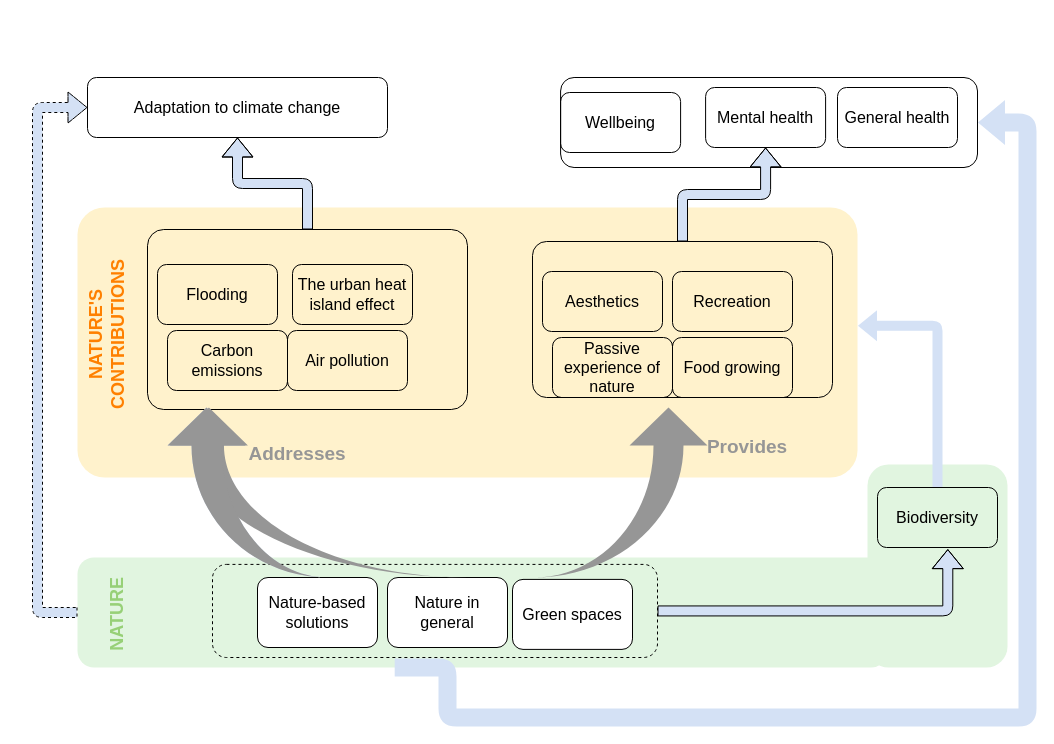
Above: PercRoleNature.drawio in nadasaidi/automatic-funicular (draw.io), before the change. Source tidied: cells renumbered, new cells numbered last; positions are measured from the earlier drawing's top-left corner, leaving out a move shared by most shapes. Both pictures are drawn from the tidied source at 100%, with x=0, y=0 at pixel (37, 77).
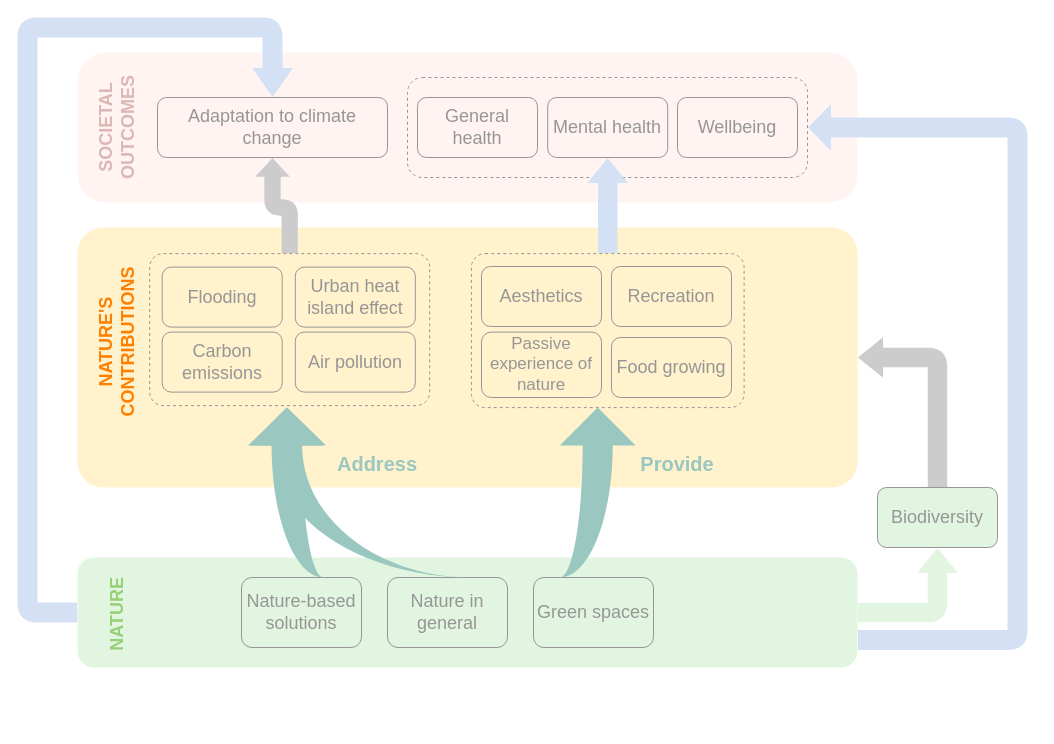
Above is the later version.

The edit, as a diff of the source:
```diff
@@
+    <mxCell id="39" style="rounded=1;whiteSpace=wrap;html=1;fontFamily=CMU Sans Serif;fontSize=18;strokeColor=none;arcSize=19;fillColor=#FFF4F2;" parent="1" vertex="1">
+      <mxGeometry x="40" y="-25" width="780" height="150" as="geometry" />
+    </mxCell>
     <mxCell id="2" style="rounded=1;whiteSpace=wrap;html=1;fontFamily=CMU Sans Serif;FType=g;fontSize=16;strokeColor=none;fillColor=#E1F5E0;" parent="1" vertex="1">
-      <mxGeometry x="40" y="480" width="810" height="110" as="geometry" />
+      <mxGeometry x="40" y="480" width="780" height="110" as="geometry" />
     </mxCell>
-    <mxCell id="3" style="rounded=1;whiteSpace=wrap;html=1;fontFamily=CMU Sans Serif;fontSize=18;fillColor=none;" parent="1" vertex="1">
-      <mxGeometry x="523.1" width="416.9" height="90" as="geometry" />
+    <mxCell id="3" style="rounded=1;whiteSpace=wrap;html=1;fontFamily=CMU Sans Serif;fontSize=18;fillColor=none;strokeColor=#969696;fontColor=#969696;dashed=1;" parent="1" vertex="1">
+      <mxGeometry x="370" width="400" height="100" as="geometry" />
     </mxCell>
-    <mxCell id="4" style="rounded=1;whiteSpace=wrap;html=1;fontFamily=CMU Sans Serif;FType=g;fontSize=16;strokeColor=none;fillColor=#E1F5E0;gradientDirection=north;" parent="1" vertex="1">
-      <mxGeometry x="830" y="387" width="140" height="203" as="geometry" />
-    </mxCell>
     <mxCell id="5" style="rounded=1;whiteSpace=wrap;html=1;fontFamily=CMU Sans Serif;fontSize=18;strokeColor=none;fillColor=#FFF2CC;arcSize=10;" parent="1" vertex="1">
-      <mxGeometry x="40" y="130" width="780" height="270" as="geometry" />
+      <mxGeometry x="40" y="150" width="780" height="260" as="geometry" />
     </mxCell>
-    <mxCell id="6" style="edgeStyle=orthogonalEdgeStyle;shape=flexArrow;rounded=1;jettySize=auto;html=1;exitX=0;exitY=0.5;exitDx=0;exitDy=0;entryX=0;entryY=0.5;entryDx=0;entryDy=0;shadow=0;dashed=1;fillColor=#D4E1F5;fontFamily=CMU Sans Serif;fontSize=19;fontColor=#97D077;" parent="1" edge="1" source="2" target="25">
-      <mxGeometry relative="1" as="geometry">
-        <Array as="points">
-          <mxPoint y="535" />
-          <mxPoint y="30" />
-        </Array>
-      </mxGeometry>
-    </mxCell>
-    <mxCell id="7" style="rounded=1;whiteSpace=wrap;html=1;fillColor=none;fontFamily=CMU Sans Serif;fontSize=18;arcSize=9;" parent="1" vertex="1">
-      <mxGeometry x="495" y="164" width="300" height="156" as="geometry" />
+    <mxCell id="7" style="rounded=1;whiteSpace=wrap;html=1;fillColor=none;fontFamily=CMU Sans Serif;fontSize=18;arcSize=9;strokeColor=#969696;dashed=1;" parent="1" vertex="1">
+      <mxGeometry x="433.9" y="176.1" width="272.7" height="154" as="geometry" />
     </mxCell>
-    <mxCell id="8" style="edgeStyle=orthogonalEdgeStyle;shape=flexArrow;rounded=1;jettySize=auto;html=1;exitX=0.5;exitY=0;exitDx=0;exitDy=0;shadow=0;fillColor=#D4E1F5;fontFamily=CMU Sans Serif;fontSize=18;" parent="1" edge="1" source="9" target="25">
-      <mxGeometry relative="1" as="geometry" />
+    <mxCell id="8" style="edgeStyle=orthogonalEdgeStyle;shape=flexArrow;rounded=1;jettySize=auto;html=1;exitX=0.5;exitY=0;exitDx=0;exitDy=0;shadow=0;dashed=1;fillColor=#CCCCCC;fontFamily=CMU Sans Serif;fontSize=18;fontColor=#969696;strokeColor=none;width=16.27906976744186;endSize=5.91764705882353;endWidth=17.318741450068398;entryX=0.5;entryY=1;entryDx=0;entryDy=0;" parent="1" edge="1" source="9" target="25">
+      <mxGeometry relative="1" as="geometry">
+        <Array as="points">
+          <mxPoint x="252" y="130" />
+          <mxPoint x="235" y="130" />
+        </Array>
+      </mxGeometry>
     </mxCell>
-    <mxCell id="9" style="rounded=1;whiteSpace=wrap;html=1;fillColor=none;fontFamily=CMU Sans Serif;fontSize=18;arcSize=9;" parent="1" vertex="1">
-      <mxGeometry x="110" y="152" width="320" height="180" as="geometry" />
+    <mxCell id="9" style="rounded=1;whiteSpace=wrap;html=1;fillColor=none;fontFamily=CMU Sans Serif;fontSize=18;arcSize=9;strokeColor=#969696;dashed=1;" parent="1" vertex="1">
+      <mxGeometry x="112.2" y="176.1" width="280" height="152" as="geometry" />
     </mxCell>
-    <mxCell id="10" value="Nature in general" style="rounded=1;whiteSpace=wrap;html=1;fontFamily=CMU Sans Serif;FType=g;fontSize=16;" parent="1" vertex="1">
+    <mxCell id="10" value="Nature in general" style="rounded=1;whiteSpace=wrap;html=1;fontFamily=CMU Sans Serif;FType=g;fontSize=18;fillColor=none;fontColor=#969696;strokeColor=#969696;" parent="1" vertex="1">
       <mxGeometry x="350" y="500" width="120" height="70" as="geometry" />
     </mxCell>
-    <mxCell id="11" value="Green spaces" style="rounded=1;whiteSpace=wrap;html=1;fontFamily=CMU Sans Serif;FType=g;fontSize=16;" parent="1" vertex="1">
-      <mxGeometry x="475" y="501.9" width="120" height="70" as="geometry" />
+    <mxCell id="11" value="Green spaces" style="rounded=1;whiteSpace=wrap;html=1;fontFamily=CMU Sans Serif;FType=g;fontSize=18;fillColor=none;fontColor=#969696;fontStyle=0;strokeColor=#969696;" parent="1" vertex="1">
+      <mxGeometry x="496" y="500" width="120" height="70" as="geometry" />
     </mxCell>
-    <mxCell id="12" value="Nature-based solutions" style="rounded=1;whiteSpace=wrap;html=1;fontFamily=CMU Sans Serif;FType=g;fontSize=16;" parent="1" vertex="1">
-      <mxGeometry x="220" y="500" width="120" height="70" as="geometry" />
+    <mxCell id="12" value="Nature-based solutions" style="rounded=1;whiteSpace=wrap;html=1;fontFamily=CMU Sans Serif;FType=g;fontSize=18;fillColor=none;fontColor=#969696;strokeColor=#969696;" parent="1" vertex="1">
+      <mxGeometry x="204" y="500" width="120" height="70" as="geometry" />
     </mxCell>
-    <mxCell id="13" value="Flooding" style="rounded=1;whiteSpace=wrap;html=1;fillColor=none;fontFamily=CMU Sans Serif;FType=g;fontSize=16;" parent="1" vertex="1">
-      <mxGeometry x="120" y="187" width="120" height="60" as="geometry" />
+    <mxCell id="13" value="Flooding" style="rounded=1;whiteSpace=wrap;html=1;fillColor=none;fontFamily=CMU Sans Serif;FType=g;fontSize=18;fontColor=#969696;strokeColor=#969696;" parent="1" vertex="1">
+      <mxGeometry x="124.7" y="189.6" width="120" height="60" as="geometry" />
     </mxCell>
-    <mxCell id="14" value="The urban heat island effect" style="rounded=1;whiteSpace=wrap;html=1;fillColor=none;fontFamily=CMU Sans Serif;FType=g;fontSize=16;" parent="1" vertex="1">
-      <mxGeometry x="255" y="187" width="120" height="60" as="geometry" />
+    <mxCell id="14" value="Urban heat island effect" style="rounded=1;whiteSpace=wrap;html=1;fillColor=none;fontFamily=CMU Sans Serif;FType=g;fontSize=18;fontColor=#969696;strokeColor=#969696;" parent="1" vertex="1">
+      <mxGeometry x="257.8" y="189.6" width="120" height="60" as="geometry" />
     </mxCell>
-    <mxCell id="15" value="Air pollution" style="rounded=1;whiteSpace=wrap;html=1;fillColor=none;fontFamily=CMU Sans Serif;FType=g;fontSize=16;" parent="1" vertex="1">
-      <mxGeometry x="250" y="253" width="120" height="60" as="geometry" />
+    <mxCell id="15" value="Air pollution" style="rounded=1;whiteSpace=wrap;html=1;fillColor=none;fontFamily=CMU Sans Serif;FType=g;fontSize=18;fontColor=#969696;strokeColor=#969696;" parent="1" vertex="1">
+      <mxGeometry x="257.8" y="254.6" width="120" height="60" as="geometry" />
     </mxCell>
-    <mxCell id="16" value="Carbon emissions" style="rounded=1;whiteSpace=wrap;html=1;fillColor=none;fontFamily=CMU Sans Serif;FType=g;fontSize=16;" parent="1" vertex="1">
-      <mxGeometry x="130" y="253" width="120" height="60" as="geometry" />
+    <mxCell id="16" value="Carbon emissions" style="rounded=1;whiteSpace=wrap;html=1;fillColor=none;fontFamily=CMU Sans Serif;FType=g;fontSize=18;fontColor=#969696;strokeColor=#969696;" parent="1" vertex="1">
+      <mxGeometry x="124.7" y="254.6" width="120" height="60" as="geometry" />
     </mxCell>
-    <mxCell id="17" value="Recreation" style="rounded=1;whiteSpace=wrap;html=1;fillColor=none;fontFamily=CMU Sans Serif;FType=g;fontSize=16;" parent="1" vertex="1">
-      <mxGeometry x="635" y="194" width="120" height="60" as="geometry" />
+    <mxCell id="17" value="Recreation" style="rounded=1;whiteSpace=wrap;html=1;fillColor=none;fontFamily=CMU Sans Serif;FType=g;fontSize=18;fontColor=#969696;strokeColor=#969696;" parent="1" vertex="1">
+      <mxGeometry x="574" y="189" width="120" height="60" as="geometry" />
     </mxCell>
-    <mxCell id="18" value="Passive experience of nature" style="rounded=1;whiteSpace=wrap;html=1;fillColor=none;fontFamily=CMU Sans Serif;FType=g;fontSize=16;" parent="1" vertex="1">
-      <mxGeometry x="515" y="260" width="120" height="60" as="geometry" />
+    <mxCell id="18" value="Passive experience of nature" style="rounded=1;whiteSpace=wrap;html=1;fillColor=none;fontFamily=CMU Sans Serif;FType=g;fontSize=17;fontColor=#969696;strokeColor=#969696;" parent="1" vertex="1">
+      <mxGeometry x="444" y="254.6" width="120" height="65.4" as="geometry" />
     </mxCell>
-    <mxCell id="19" value="Food growing" style="rounded=1;whiteSpace=wrap;html=1;fillColor=none;fontFamily=CMU Sans Serif;FType=g;fontSize=16;" parent="1" vertex="1">
-      <mxGeometry x="635" y="260" width="120" height="60" as="geometry" />
+    <mxCell id="19" value="Food growing" style="rounded=1;whiteSpace=wrap;html=1;fillColor=none;fontFamily=CMU Sans Serif;FType=g;fontSize=18;fontColor=#969696;strokeColor=#969696;" parent="1" vertex="1">
+      <mxGeometry x="574" y="260" width="120" height="60" as="geometry" />
     </mxCell>
-    <mxCell id="20" value="Aesthetics" style="rounded=1;whiteSpace=wrap;html=1;fillColor=none;fontFamily=CMU Sans Serif;FType=g;fontSize=16;" parent="1" vertex="1">
-      <mxGeometry x="505" y="194" width="120" height="60" as="geometry" />
+    <mxCell id="20" value="Aesthetics" style="rounded=1;whiteSpace=wrap;html=1;fillColor=none;fontFamily=CMU Sans Serif;FType=g;fontSize=18;fontColor=#969696;strokeColor=#969696;" parent="1" vertex="1">
+      <mxGeometry x="444" y="189" width="120" height="60" as="geometry" />
     </mxCell>
-    <mxCell id="21" style="edgeStyle=orthogonalEdgeStyle;shape=flexArrow;rounded=1;jettySize=auto;html=1;exitX=0.5;exitY=0;exitDx=0;exitDy=0;shadow=0;fillColor=#D4E1F5;fontFamily=CMU Sans Serif;fontSize=18;entryX=1;entryY=0.438;entryDx=0;entryDy=0;entryPerimeter=0;dashed=1;strokeColor=none;" parent="1" edge="1" source="22" target="5">
-      <mxGeometry relative="1" as="geometry" />
-    </mxCell>
-    <mxCell id="22" value="Biodiversity" style="rounded=1;whiteSpace=wrap;html=1;fillColor=none;fontFamily=CMU Sans Serif;FType=g;fontSize=16;" parent="1" vertex="1">
+    <mxCell id="22" value="Biodiversity" style="rounded=1;whiteSpace=wrap;html=1;fontFamily=CMU Sans Serif;FType=g;fontSize=18;fillColor=#E1F5E0;fontColor=#969696;strokeColor=#969696;" parent="1" vertex="1">
       <mxGeometry x="840" y="410" width="120" height="60" as="geometry" />
     </mxCell>
-    <mxCell id="23" value="Mental health" style="rounded=1;whiteSpace=wrap;html=1;fillColor=none;fontFamily=CMU Sans Serif;FType=g;fontSize=16;" parent="1" vertex="1">
-      <mxGeometry x="668.1" y="10" width="120" height="60" as="geometry" />
+    <mxCell id="23" value="Mental health" style="rounded=1;whiteSpace=wrap;html=1;fillColor=none;fontFamily=CMU Sans Serif;FType=g;fontSize=18;strokeColor=#969696;fontColor=#969696;" parent="1" vertex="1">
+      <mxGeometry x="510.2" y="20" width="120" height="60" as="geometry" />
     </mxCell>
-    <mxCell id="24" value="General health" style="rounded=1;whiteSpace=wrap;html=1;fillColor=none;fontFamily=CMU Sans Serif;FType=g;fontSize=16;" parent="1" vertex="1">
-      <mxGeometry x="800" y="10" width="120" height="60" as="geometry" />
+    <mxCell id="24" value="General health" style="rounded=1;whiteSpace=wrap;html=1;fillColor=none;fontFamily=CMU Sans Serif;FType=g;fontSize=18;strokeColor=#969696;fontColor=#969696;" parent="1" vertex="1">
+      <mxGeometry x="380" y="20" width="120" height="60" as="geometry" />
     </mxCell>
-    <mxCell id="25" value="Adaptation to climate change" style="rounded=1;whiteSpace=wrap;html=1;fillColor=none;fontFamily=CMU Sans Serif;FType=g;fontSize=16;" parent="1" vertex="1">
-      <mxGeometry x="50" width="300" height="60" as="geometry" />
+    <mxCell id="25" value="Adaptation to climate change" style="rounded=1;whiteSpace=wrap;html=1;fillColor=none;fontFamily=CMU Sans Serif;FType=g;fontSize=18;strokeColor=#969696;fontColor=#969696;" parent="1" vertex="1">
+      <mxGeometry x="120" y="20" width="230" height="60" as="geometry" />
     </mxCell>
-    <mxCell id="26" value="Addresses" style="text;html=1;strokeColor=none;fillColor=none;align=center;verticalAlign=middle;whiteSpace=wrap;rounded=0;fontSize=19;fontFamily=CMU Sans Serif;fontStyle=1;fontColor=#969696;" parent="1" vertex="1">
-      <mxGeometry x="240" y="367" width="40" height="20" as="geometry" />
+    <mxCell id="26" value="Address" style="text;html=1;strokeColor=none;fillColor=none;align=center;verticalAlign=middle;whiteSpace=wrap;rounded=0;fontSize=20;fontFamily=CMU Sans Serif;fontStyle=1;fontColor=#9AC7BF;" parent="1" vertex="1">
+      <mxGeometry x="320" y="376.3" width="40" height="20" as="geometry" />
     </mxCell>
-    <mxCell id="27" style="edgeStyle=orthogonalEdgeStyle;shape=flexArrow;rounded=1;jettySize=auto;html=1;entryX=0.5;entryY=1;entryDx=0;entryDy=0;shadow=0;fillColor=#D4E1F5;fontFamily=CMU Sans Serif;fontSize=18;" parent="1" edge="1" source="7" target="23">
-      <mxGeometry relative="1" as="geometry" />
-    </mxCell>
-    <mxCell id="28" value="Provides" style="text;html=1;strokeColor=none;fillColor=none;align=center;verticalAlign=middle;whiteSpace=wrap;rounded=0;fontSize=19;fontFamily=CMU Sans Serif;fontStyle=1;fontColor=#969696;" parent="1" vertex="1">
-      <mxGeometry x="690" y="360" width="40" height="20" as="geometry" />
+    <mxCell id="28" value="Provide" style="text;html=1;strokeColor=none;fillColor=none;align=center;verticalAlign=middle;whiteSpace=wrap;rounded=0;fontSize=20;fontFamily=CMU Sans Serif;fontStyle=1;fontColor=#9AC7BF;" parent="1" vertex="1">
+      <mxGeometry x="620" y="376.3" width="40" height="20" as="geometry" />
     </mxCell>
-    <mxCell id="29" style="html=1;shadow=0;dashed=0;align=center;verticalAlign=middle;shape=mxgraph.arrows2.jumpInArrow;dy=15;dx=38;arrowHead=78;fontFamily=CMU Sans Serif;fontSize=18;flipH=1;flipV=1;rotation=90;fillColor=#D4E1F5;strokeColor=none;" parent="1" vertex="1">
-      <mxGeometry x="125" y="335" width="170" height="160" as="geometry" />
-    </mxCell>
-    <mxCell id="30" style="rounded=1;jettySize=auto;html=1;exitX=0.391;exitY=1;exitDx=0;exitDy=0;fontFamily=CMU Sans Serif;fontSize=18;shape=flexArrow;edgeStyle=orthogonalEdgeStyle;sketch=0;shadow=0;strokeColor=none;fillColor=#D4E1F5;width=18;endSize=8.67;endWidth=26;entryX=1;entryY=0.5;entryDx=0;entryDy=0;exitPerimeter=0;" parent="1" edge="1" source="2" target="3">
+    <mxCell id="30" style="rounded=1;jettySize=auto;html=1;exitX=1;exitY=0.75;exitDx=0;exitDy=0;fontFamily=CMU Sans Serif;fontSize=18;shape=flexArrow;edgeStyle=orthogonalEdgeStyle;sketch=0;shadow=0;strokeColor=none;width=20;endSize=7.344827586206897;endWidth=26;entryX=1;entryY=0.5;entryDx=0;entryDy=0;fillColor=#D4E1F5;" parent="1" edge="1" source="2" target="3">
       <mxGeometry relative="1" as="geometry">
         <Array as="points">
-          <mxPoint x="410" y="590" />
-          <mxPoint x="410" y="640" />
-          <mxPoint x="990" y="640" />
+          <mxPoint x="980" y="563" />
+          <mxPoint x="980" y="50" />
         </Array>
       </mxGeometry>
     </mxCell>
     <mxCell id="31" value="NATURE'S CONTRIBUTIONS" style="text;html=1;strokeColor=none;fillColor=none;align=center;verticalAlign=middle;whiteSpace=wrap;rounded=0;fontFamily=CMU Sans Serif;fontSize=18;rotation=-90;fontStyle=1;fontColor=#FF8000;" parent="1" vertex="1">
-      <mxGeometry x="50" y="247" width="40" height="20" as="geometry" />
+      <mxGeometry x="60" y="254.6" width="40" height="20" as="geometry" />
     </mxCell>
@@
-    <mxCell id="33" style="rounded=1;whiteSpace=wrap;html=1;fontFamily=CMU Sans Serif;fontSize=19;fontColor=#97D077;fillColor=none;dashed=1;" parent="1" vertex="1">
-      <mxGeometry x="175" y="486.9" width="445" height="93.1" as="geometry" />
-    </mxCell>
-    <mxCell id="34" style="edgeStyle=orthogonalEdgeStyle;shape=flexArrow;rounded=1;jettySize=auto;html=1;exitX=1;exitY=0.5;exitDx=0;exitDy=0;entryX=0.586;entryY=1.027;entryDx=0;entryDy=0;entryPerimeter=0;shadow=0;fillColor=#D4E1F5;fontFamily=CMU Sans Serif;fontSize=18;" parent="1" edge="1" source="33" target="22">
-      <mxGeometry relative="1" as="geometry" />
-    </mxCell>
-    <mxCell id="35" style="html=1;shadow=0;dashed=0;align=center;verticalAlign=middle;shape=mxgraph.arrows2.jumpInArrow;dy=15;dx=38;arrowHead=78;fontFamily=CMU Sans Serif;fontSize=18;flipH=1;flipV=1;rotation=90;strokeColor=none;fillColor=#969696;" parent="1" vertex="1">
-      <mxGeometry x="196.2" y="266.2" width="170" height="297.5" as="geometry" />
+    <mxCell id="35" style="html=1;shadow=0;dashed=0;align=center;verticalAlign=middle;shape=mxgraph.arrows2.jumpInArrow;dy=15;dx=38;arrowHead=78;fontFamily=CMU Sans Serif;fontSize=18;flipH=1;flipV=1;rotation=90;strokeColor=none;fontColor=#9AC7BF;fillColor=#9AC7BF;" parent="1" vertex="1">
+      <mxGeometry x="237.3" y="303.3" width="170" height="223.4" as="geometry" />
     </mxCell>
-    <mxCell id="36" style="html=1;shadow=0;dashed=0;align=center;verticalAlign=middle;shape=mxgraph.arrows2.jumpInArrow;dy=15;dx=38;arrowHead=78;fontFamily=CMU Sans Serif;fontSize=18;flipH=1;flipV=1;rotation=90;strokeColor=none;fillColor=#969696;" parent="1" vertex="1">
-      <mxGeometry x="125" y="335" width="170" height="160" as="geometry" />
-    </mxCell>
-    <mxCell id="37" style="html=1;shadow=0;dashed=0;align=center;verticalAlign=middle;shape=mxgraph.arrows2.jumpInArrow;dy=15;dx=38;arrowHead=78;fontFamily=CMU Sans Serif;fontSize=18;flipH=1;flipV=0;rotation=90;strokeColor=none;fillColor=#969696;" parent="1" vertex="1">
-      <mxGeometry x="498.1" y="328.1" width="170" height="173.8" as="geometry" />
+    <mxCell id="37" style="html=1;shadow=0;dashed=0;align=center;verticalAlign=middle;shape=mxgraph.arrows2.jumpInArrow;dy=15;dx=38;arrowHead=78;fontFamily=CMU Sans Serif;fontSize=18;flipH=1;flipV=0;rotation=90;strokeColor=none;fillColor=#9AC7BF;" parent="1" vertex="1">
+      <mxGeometry x="475.2" y="377" width="170" height="75.9" as="geometry" />
     </mxCell>
-    <mxCell id="38" value="Wellbeing" style="rounded=1;whiteSpace=wrap;html=1;fillColor=none;fontFamily=CMU Sans Serif;FType=g;fontSize=16;" parent="1" vertex="1">
-      <mxGeometry x="523.1" y="15" width="120" height="60" as="geometry" />
+    <mxCell id="38" value="Wellbeing" style="rounded=1;whiteSpace=wrap;html=1;fillColor=none;fontFamily=CMU Sans Serif;FType=g;fontSize=18;strokeColor=#969696;fontColor=#969696;" parent="1" vertex="1">
+      <mxGeometry x="640" y="20" width="120" height="60" as="geometry" />
     </mxCell>
+    <mxCell id="40" style="html=1;shadow=0;dashed=0;align=center;verticalAlign=middle;shape=mxgraph.arrows2.jumpInArrow;dy=15;dx=38;arrowHead=78;fontFamily=CMU Sans Serif;fontSize=18;flipH=1;flipV=1;rotation=90;strokeColor=none;fontColor=#9AC7BF;fillColor=#9AC7BF;" parent="1" vertex="1">
+      <mxGeometry x="164.1" y="378.1" width="170" height="73.7" as="geometry" />
+    </mxCell>
+    <mxCell id="27" style="edgeStyle=orthogonalEdgeStyle;shape=flexArrow;rounded=1;jettySize=auto;html=1;exitX=0.5;exitY=0;exitDx=0;exitDy=0;shadow=0;fontFamily=CMU Sans Serif;fontSize=18;strokeColor=none;width=19.444444444444443;endSize=8;endWidth=20.15432098765432;entryX=0.5;entryY=1;entryDx=0;entryDy=0;fillColor=#D4E1F5;" parent="1" edge="1" source="7" target="23">
+      <mxGeometry relative="1" as="geometry">
+        <Array as="points">
+          <mxPoint x="570" y="176" />
+        </Array>
+      </mxGeometry>
+    </mxCell>
+    <mxCell id="41" style="edgeStyle=orthogonalEdgeStyle;shape=flexArrow;rounded=1;jettySize=auto;html=1;exitX=1;exitY=0.5;exitDx=0;exitDy=0;shadow=0;fontFamily=CMU Sans Serif;fontSize=18;strokeColor=none;width=19.444444444444443;endSize=8;endWidth=20.15432098765432;fillColor=#E1F5E0;" parent="1" edge="1" source="2" target="22">
+      <mxGeometry relative="1" as="geometry" />
+    </mxCell>
+    <mxCell id="21" style="edgeStyle=orthogonalEdgeStyle;shape=flexArrow;rounded=1;jettySize=auto;html=1;exitX=0.5;exitY=0;exitDx=0;exitDy=0;shadow=0;fontFamily=CMU Sans Serif;fontSize=18;strokeColor=none;fillColor=#CCCCCC;width=19.444444444444443;endSize=8;endWidth=20.15432098765432;entryX=1;entryY=0.5;entryDx=0;entryDy=0;" parent="1" edge="1" source="22" target="5">
+      <mxGeometry relative="1" as="geometry">
+        <Array as="points">
+          <mxPoint x="900" y="280" />
+        </Array>
+      </mxGeometry>
+    </mxCell>
+    <mxCell id="42" value="SOCIETAL OUTCOMES" style="text;html=1;strokeColor=none;fillColor=none;align=center;verticalAlign=middle;whiteSpace=wrap;rounded=0;fontFamily=CMU Sans Serif;fontSize=18;rotation=-90;fontStyle=1;fontColor=#DBB7B5;" parent="1" vertex="1">
+      <mxGeometry x="60" y="40" width="40" height="20" as="geometry" />
+    </mxCell>
+    <mxCell id="6" style="edgeStyle=orthogonalEdgeStyle;shape=flexArrow;rounded=1;jettySize=auto;html=1;exitX=0;exitY=0.5;exitDx=0;exitDy=0;entryX=0.5;entryY=0;entryDx=0;entryDy=0;shadow=0;dashed=1;fontFamily=CMU Sans Serif;fontSize=19;fontColor=#97D077;width=20;endSize=9.331428571428571;strokeColor=none;fillColor=#D4E1F5;" parent="1" edge="1" source="2" target="25">
+      <mxGeometry relative="1" as="geometry">
+        <Array as="points">
+          <mxPoint x="-10" y="535" />
+          <mxPoint x="-10" y="-50" />
+          <mxPoint x="235" y="-50" />
+        </Array>
+      </mxGeometry>
+    </mxCell>
```
